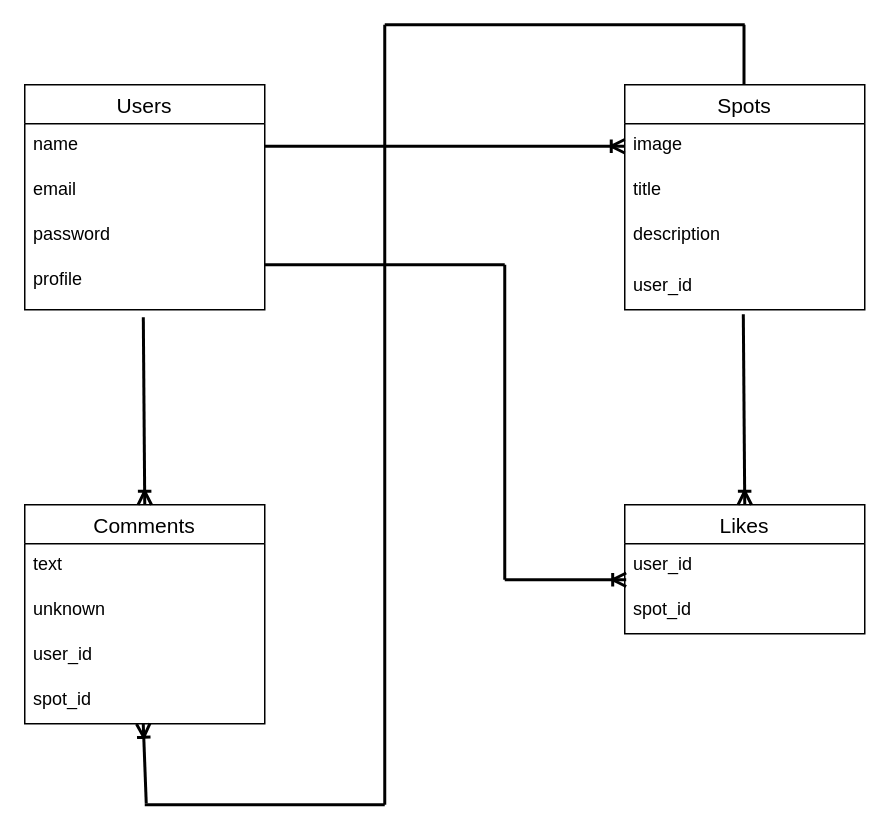
Earlier version of the draw.io diagram database.dio (fumiyaaan/travel-mood). Source tidied: cells renumbered, new cells numbered last; positions are measured from the earlier drawing's top-left corner, leaving out a move shared by most shapes. Both pictures are drawn from the tidied source at 150%, with x=0, y=0 at pixel (24, 24).
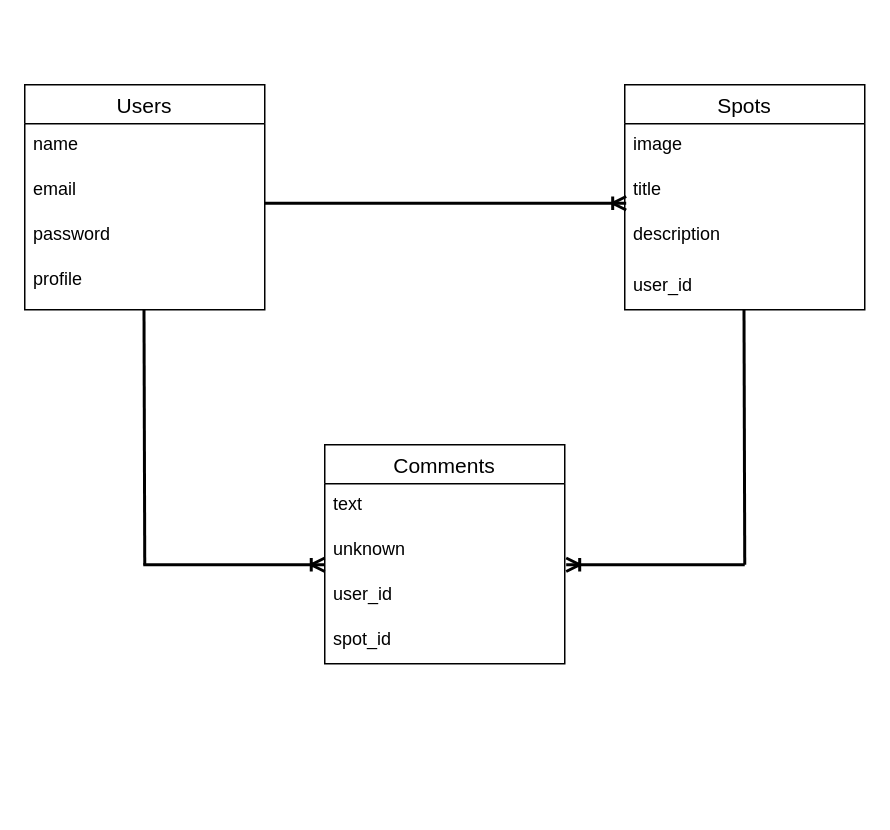
The same diagram, later.

Unchanged cells that the change refers to:
```xml
<mxCell id="3" value="name" style="text;strokeColor=none;fillColor=none;spacingLeft=4;spacingRight=4;overflow=hidden;points=[[0,0.5],[1,0.5]];portConstraint=eastwest;fontSize=12;" parent="2" vertex="1">
  <mxGeometry y="26" width="160" height="30" as="geometry" />
</mxCell>
<mxCell id="5" value="password" style="text;strokeColor=none;fillColor=none;spacingLeft=4;spacingRight=4;overflow=hidden;points=[[0,0.5],[1,0.5]];portConstraint=eastwest;fontSize=12;" parent="2" vertex="1">
  <mxGeometry y="86" width="160" height="64" as="geometry" />
</mxCell>
<mxCell id="8" value="image" style="text;strokeColor=none;fillColor=none;spacingLeft=4;spacingRight=4;overflow=hidden;points=[[0,0.5],[1,0.5]];portConstraint=eastwest;fontSize=12;" parent="7" vertex="1">
  <mxGeometry y="26" width="160" height="30" as="geometry" />
</mxCell>
<mxCell id="9" value="title" style="text;strokeColor=none;fillColor=none;spacingLeft=4;spacingRight=4;overflow=hidden;points=[[0,0.5],[1,0.5]];portConstraint=eastwest;fontSize=12;" parent="7" vertex="1">
  <mxGeometry y="56" width="160" height="30" as="geometry" />
</mxCell>
<mxCell id="11" value="user_id" style="text;strokeColor=none;fillColor=none;spacingLeft=4;spacingRight=4;overflow=hidden;points=[[0,0.5],[1,0.5]];portConstraint=eastwest;fontSize=12;" parent="1" vertex="1">
  <mxGeometry x="400" y="160" width="160" height="30" as="geometry" />
</mxCell>
<mxCell id="14" value="unknown" style="text;strokeColor=none;fillColor=none;spacingLeft=4;spacingRight=4;overflow=hidden;points=[[0,0.5],[1,0.5]];portConstraint=eastwest;fontSize=12;" parent="12" vertex="1">
  <mxGeometry y="56" width="160" height="30" as="geometry" />
</mxCell>
```

What changed in the source:
```diff
@@
+    <mxCell id="21" style="fontSize=12;html=1;endArrow=ERoneToMany;strokeWidth=2;" parent="1" edge="1">
+      <mxGeometry relative="1" as="geometry">
+        <mxPoint x="79" y="360" as="sourcePoint" />
+        <mxPoint x="200" y="360" as="targetPoint" />
+      </mxGeometry>
+    </mxCell>
+    <mxCell id="23" style="endArrow=none;html=1;rounded=0;strokeWidth=2;" parent="1" edge="1">
+      <mxGeometry relative="1" as="geometry">
+        <mxPoint x="479.5" y="190" as="sourcePoint" />
+        <mxPoint x="480" y="360" as="targetPoint" />
+      </mxGeometry>
+    </mxCell>
+    <mxCell id="28" style="endArrow=none;html=1;rounded=0;strokeWidth=2;fontSize=17;jumpSize=6;" parent="1" edge="1">
+      <mxGeometry relative="1" as="geometry">
+        <mxPoint x="79.5" y="190" as="sourcePoint" />
+        <mxPoint x="80" y="360" as="targetPoint" />
+      </mxGeometry>
+    </mxCell>
     <mxCell id="12" value="Comments" style="swimlane;fontStyle=0;horizontal=1;startSize=26;align=center;fontSize=14;" parent="1" vertex="1">
-      <mxGeometry y="320" width="160" height="146" as="geometry" />
+      <mxGeometry x="200" y="280" width="160" height="146" as="geometry" />
     </mxCell>
@@
-    <mxCell id="17" value="Likes" style="swimlane;fontStyle=0;horizontal=1;startSize=26;align=center;fontSize=14;" parent="1" vertex="1">
-      <mxGeometry x="400" y="320" width="160" height="86" as="geometry" />
-    </mxCell>
-    <mxCell id="18" value="user_id" style="text;strokeColor=none;fillColor=none;spacingLeft=4;spacingRight=4;overflow=hidden;points=[[0,0.5],[1,0.5]];portConstraint=eastwest;fontSize=12;" parent="17" vertex="1">
-      <mxGeometry y="26" width="160" height="30" as="geometry" />
-    </mxCell>
-    <mxCell id="19" value="spot_id" style="text;strokeColor=none;fillColor=none;spacingLeft=4;spacingRight=4;overflow=hidden;fontSize=12;" parent="17" vertex="1">
-      <mxGeometry y="56" width="160" height="30" as="geometry" />
-    </mxCell>
-    <mxCell id="20" style="fontSize=12;html=1;endArrow=ERoneToMany;strokeWidth=2;exitX=1;exitY=0.5;exitDx=0;exitDy=0;entryX=0;entryY=0.5;entryDx=0;entryDy=0;" parent="1" edge="1" source="3" target="8">
-      <mxGeometry relative="1" as="geometry" />
-    </mxCell>
-    <mxCell id="21" style="fontSize=12;html=1;endArrow=ERoneToMany;strokeWidth=2;exitX=0.494;exitY=1.078;exitDx=0;exitDy=0;entryX=0.5;entryY=0;entryDx=0;entryDy=0;exitPerimeter=0;" parent="1" edge="1" source="5" target="12">
-      <mxGeometry relative="1" as="geometry" />
-    </mxCell>
-    <mxCell id="22" style="fontSize=12;html=1;endArrow=ERoneToMany;strokeWidth=2;exitX=0.494;exitY=1.1;exitDx=0;exitDy=0;entryX=0.5;entryY=0;entryDx=0;entryDy=0;exitPerimeter=0;" parent="1" edge="1" source="11" target="17">
-      <mxGeometry relative="1" as="geometry" />
-    </mxCell>
-    <mxCell id="23" style="endArrow=none;html=1;rounded=0;strokeWidth=2;" parent="1" edge="1">
-      <mxGeometry relative="1" as="geometry">
-        <mxPoint x="479.5" as="sourcePoint" />
-        <mxPoint x="479.5" y="40" as="targetPoint" />
-      </mxGeometry>
-    </mxCell>
-    <mxCell id="24" style="endArrow=none;html=1;rounded=0;strokeWidth=2;" parent="1" edge="1">
-      <mxGeometry relative="1" as="geometry">
-        <mxPoint x="240" as="sourcePoint" />
-        <mxPoint x="480" as="targetPoint" />
-      </mxGeometry>
-    </mxCell>
-    <mxCell id="25" style="endArrow=none;html=1;rounded=0;strokeWidth=2;" parent="1" edge="1">
-      <mxGeometry relative="1" as="geometry">
-        <mxPoint x="240" as="sourcePoint" />
-        <mxPoint x="240" y="520" as="targetPoint" />
-      </mxGeometry>
-    </mxCell>
-    <mxCell id="26" style="endArrow=none;html=1;rounded=0;strokeWidth=2;" parent="1" edge="1">
-      <mxGeometry relative="1" as="geometry">
-        <mxPoint x="80" y="520" as="sourcePoint" />
-        <mxPoint x="240" y="520" as="targetPoint" />
-      </mxGeometry>
-    </mxCell>
-    <mxCell id="27" style="endArrow=none;html=1;rounded=0;strokeWidth=2;" parent="1" edge="1">
-      <mxGeometry relative="1" as="geometry">
-        <mxPoint x="160" y="160" as="sourcePoint" />
-        <mxPoint x="320" y="160" as="targetPoint" />
-      </mxGeometry>
-    </mxCell>
-    <mxCell id="28" style="endArrow=none;html=1;rounded=0;strokeWidth=2;" parent="1" edge="1">
-      <mxGeometry relative="1" as="geometry">
-        <mxPoint x="320" y="160" as="sourcePoint" />
-        <mxPoint x="320" y="370" as="targetPoint" />
-      </mxGeometry>
-    </mxCell>
-    <mxCell id="29" style="fontSize=12;html=1;endArrow=ERoneToMany;strokeWidth=2;entryX=0.006;entryY=0.8;entryDx=0;entryDy=0;entryPerimeter=0;" parent="1" edge="1" target="18">
-      <mxGeometry relative="1" as="geometry">
-        <mxPoint x="320" y="370" as="sourcePoint" />
-      </mxGeometry>
-    </mxCell>
-    <mxCell id="30" style="fontSize=12;html=1;endArrow=ERoneToMany;strokeWidth=2;" parent="1" edge="1">
-      <mxGeometry relative="1" as="geometry">
-        <mxPoint x="81" y="519" as="sourcePoint" />
-        <mxPoint x="79" y="466" as="targetPoint" />
-      </mxGeometry>
-    </mxCell>
+    <mxCell id="31" style="fontSize=12;html=1;endArrow=ERoneToMany;strokeWidth=2;entryX=0.006;entryY=0.767;entryDx=0;entryDy=0;entryPerimeter=0;" parent="1" edge="1" target="9">
+      <mxGeometry relative="1" as="geometry">
+        <mxPoint x="160" y="119" as="sourcePoint" />
+        <Array as="points">
+          <mxPoint x="230" y="119" />
+        </Array>
+      </mxGeometry>
+    </mxCell>
+    <mxCell id="32" style="fontSize=12;html=1;endArrow=ERoneToMany;strokeWidth=2;entryX=1.006;entryY=0.8;entryDx=0;entryDy=0;entryPerimeter=0;" parent="1" edge="1" target="14">
+      <mxGeometry relative="1" as="geometry">
+        <mxPoint x="480" y="360" as="sourcePoint" />
+      </mxGeometry>
+    </mxCell>
```
